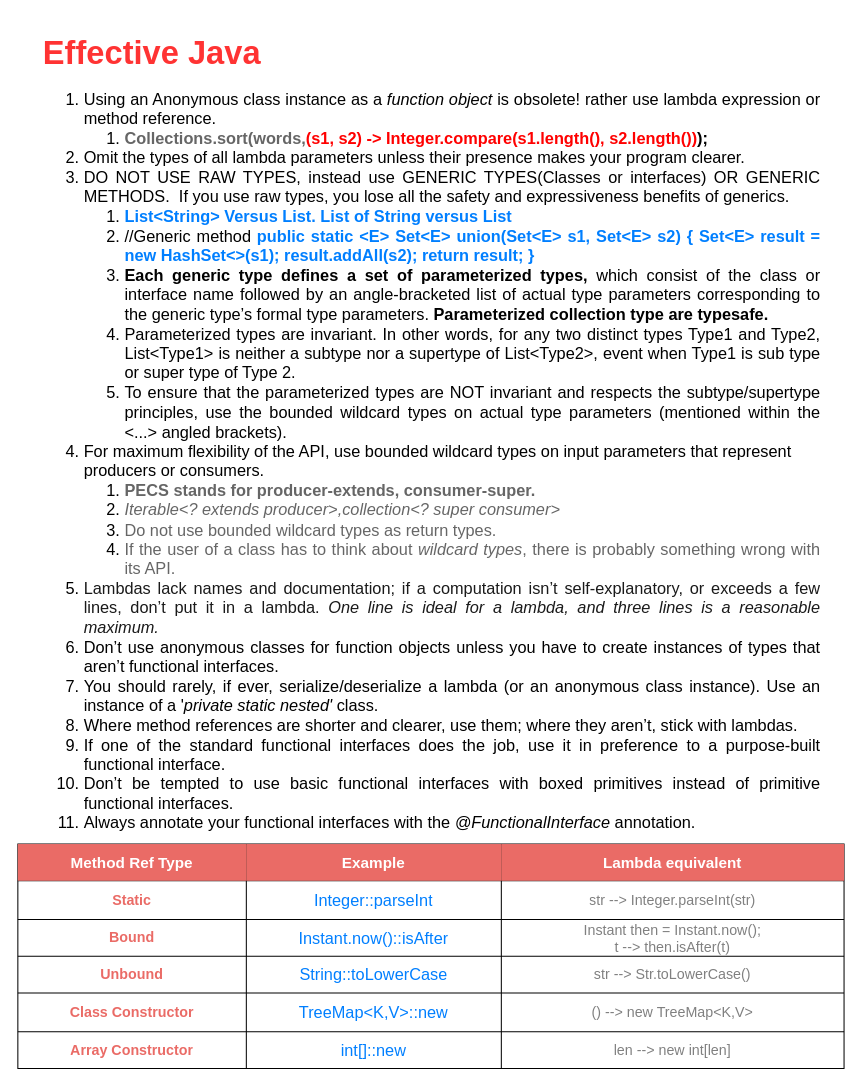
This is page "Page-7" (6 of 6) of Java Collection Framework Data Structures.drawio from gaurjain/drawio, a draw.io file, before an edit. Source tidied: cells renumbered, new cells numbered last; positions are measured from the earlier drawing's top-left corner, leaving out a move shared by most shapes. Both pictures are drawn from the tidied source at 102%, with x=0, y=0 at pixel (17, 28).
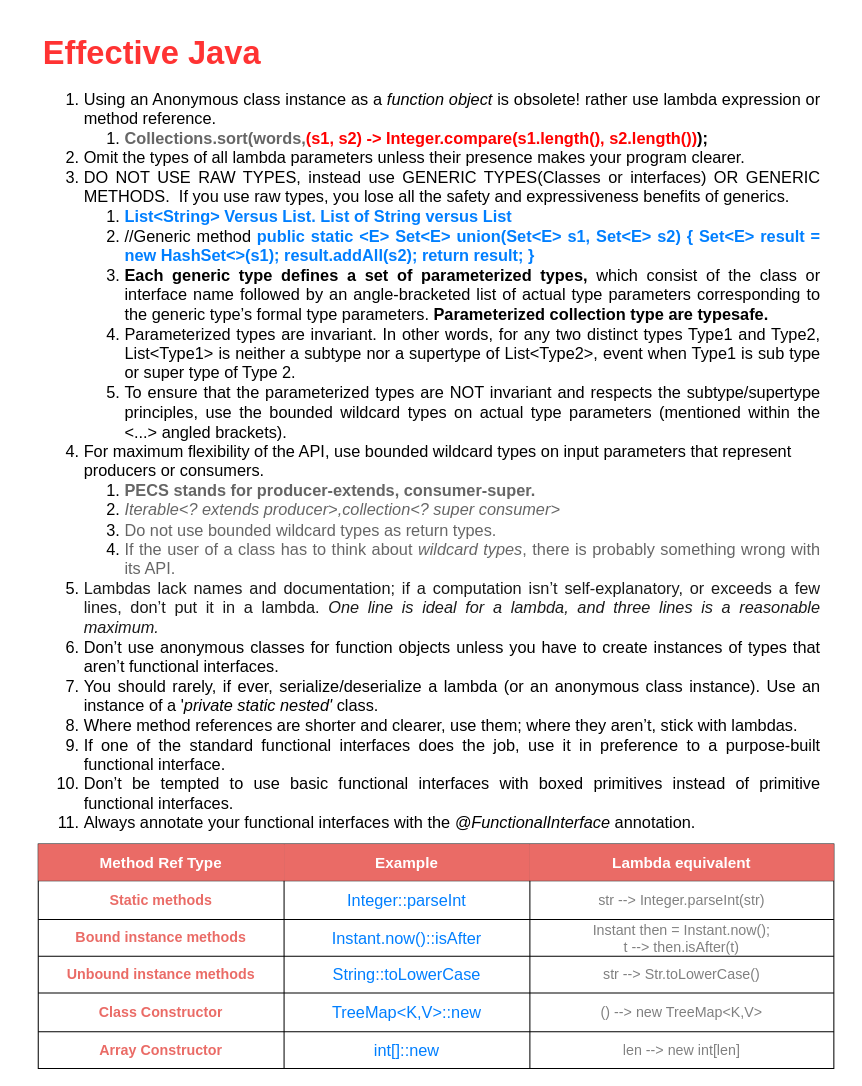
The same page after the edit.

What changed in the source:
```diff
@@
     <mxCell id="3" style="shape=table;html=1;whiteSpace=wrap;startSize=0;childLayout=tableLayout;fontSize=8;" parent="1" vertex="1">
-      <mxGeometry y="800" width="810" height="220" as="geometry" />
+      <mxGeometry x="20" y="800" width="780" height="220" as="geometry" />
     </mxCell>
     <mxCell id="4" style="shape=partialRectangle;html=1;whiteSpace=wrap;fillColor=none;top=0;left=0;bottom=0;right=0;" parent="3" vertex="1">
-      <mxGeometry width="810" height="36" as="geometry" />
+      <mxGeometry width="780" height="36" as="geometry" />
     </mxCell>
     <mxCell id="5" value="Method Ref Type" style="shape=partialRectangle;html=1;whiteSpace=wrap;overflow=hidden;top=0;left=0;bottom=0;right=0;fontSize=15;fontStyle=1;fontColor=#ffffff;strokeColor=none;fillColor=#EA6B66;" parent="4" vertex="1">
-      <mxGeometry width="224" height="36" as="geometry" />
+      <mxGeometry width="241" height="36" as="geometry" />
     </mxCell>
     <mxCell id="6" value="Example" style="shape=partialRectangle;html=1;whiteSpace=wrap;overflow=hidden;top=0;left=0;bottom=0;right=0;fontSize=15;fontStyle=1;fontColor=#ffffff;strokeColor=none;fillColor=#EA6B66;" parent="4" vertex="1">
-      <mxGeometry x="224" width="250" height="36" as="geometry" />
+      <mxGeometry x="241" width="241" height="36" as="geometry" />
     </mxCell>
     <mxCell id="7" value="Lambda equivalent" style="shape=partialRectangle;html=1;whiteSpace=wrap;overflow=hidden;top=0;left=0;bottom=0;right=0;fontSize=15;fontStyle=1;fontColor=#ffffff;strokeColor=none;fillColor=#EA6B66;" parent="4" vertex="1">
-      <mxGeometry x="474" width="336" height="36" as="geometry" />
+      <mxGeometry x="482" width="298" height="36" as="geometry" />
     </mxCell>
     <mxCell id="8" style="shape=partialRectangle;html=1;whiteSpace=wrap;fillColor=none;top=0;left=0;bottom=0;right=0;" parent="3" vertex="1">
-      <mxGeometry y="36" width="810" height="38" as="geometry" />
+      <mxGeometry y="36" width="780" height="38" as="geometry" />
     </mxCell>
-    <mxCell id="9" value="Static" style="shape=partialRectangle;html=1;whiteSpace=wrap;overflow=hidden;fillColor=none;top=0;left=0;bottom=0;right=0;fontSize=14;fontColor=#EA6B66;fontStyle=1;" parent="8" vertex="1">
-      <mxGeometry width="224" height="38" as="geometry" />
+    <mxCell id="9" value="Static methods" style="shape=partialRectangle;html=1;whiteSpace=wrap;overflow=hidden;fillColor=none;top=0;left=0;bottom=0;right=0;fontSize=14;fontColor=#EA6B66;fontStyle=1;" parent="8" vertex="1">
+      <mxGeometry width="241" height="38" as="geometry" />
     </mxCell>
     <mxCell id="10" value="Integer::parseInt" style="shape=partialRectangle;html=1;whiteSpace=wrap;overflow=hidden;fillColor=none;top=0;left=0;bottom=0;right=0;fontColor=#007FFF;fontSize=16;" parent="8" vertex="1">
-      <mxGeometry x="224" width="250" height="38" as="geometry" />
+      <mxGeometry x="241" width="241" height="38" as="geometry" />
     </mxCell>
     <mxCell id="11" value="str --&amp;gt; Integer.parseInt(str)" style="shape=partialRectangle;html=1;whiteSpace=wrap;overflow=hidden;fillColor=none;top=0;left=0;bottom=0;right=0;fontColor=#808080;fontSize=14;" parent="8" vertex="1">
-      <mxGeometry x="474" width="336" height="38" as="geometry" />
+      <mxGeometry x="482" width="298" height="38" as="geometry" />
     </mxCell>
     <mxCell id="12" style="shape=partialRectangle;html=1;whiteSpace=wrap;fillColor=none;top=0;left=0;bottom=0;right=0;" parent="3" vertex="1">
-      <mxGeometry y="74" width="810" height="36" as="geometry" />
+      <mxGeometry y="74" width="780" height="36" as="geometry" />
     </mxCell>
-    <mxCell id="13" value="Bound" style="shape=partialRectangle;html=1;whiteSpace=wrap;overflow=hidden;fillColor=none;top=0;left=0;bottom=0;right=0;fontSize=14;fontColor=#EA6B66;fontStyle=1;" parent="12" vertex="1">
-      <mxGeometry width="224" height="36" as="geometry" />
+    <mxCell id="13" value="Bound instance methods" style="shape=partialRectangle;html=1;whiteSpace=wrap;overflow=hidden;fillColor=none;top=0;left=0;bottom=0;right=0;fontSize=14;fontColor=#EA6B66;fontStyle=1;" parent="12" vertex="1">
+      <mxGeometry width="241" height="36" as="geometry" />
     </mxCell>
     <mxCell id="14" value="Instant.now()::isAfter" style="shape=partialRectangle;html=1;whiteSpace=wrap;overflow=hidden;fillColor=none;top=0;left=0;bottom=0;right=0;fontColor=#007FFF;fontSize=16;" parent="12" vertex="1">
-      <mxGeometry x="224" width="250" height="36" as="geometry" />
+      <mxGeometry x="241" width="241" height="36" as="geometry" />
     </mxCell>
     <mxCell id="15" value="Instant then = Instant.now();&lt;br style=&quot;font-size: 14px;&quot;&gt;t --&amp;gt; then.isAfter(t)" style="shape=partialRectangle;html=1;whiteSpace=wrap;overflow=hidden;fillColor=none;top=0;left=0;bottom=0;right=0;fontColor=#808080;fontSize=14;" parent="12" vertex="1">
-      <mxGeometry x="474" width="336" height="36" as="geometry" />
+      <mxGeometry x="482" width="298" height="36" as="geometry" />
     </mxCell>
     <mxCell id="16" style="shape=partialRectangle;html=1;whiteSpace=wrap;fillColor=none;top=0;left=0;bottom=0;right=0;" parent="3" vertex="1">
-      <mxGeometry y="110" width="810" height="36" as="geometry" />
+      <mxGeometry y="110" width="780" height="36" as="geometry" />
     </mxCell>
-    <mxCell id="17" value="Unbound" style="shape=partialRectangle;html=1;whiteSpace=wrap;overflow=hidden;fillColor=none;top=0;left=0;bottom=0;right=0;fontSize=14;fontColor=#EA6B66;fontStyle=1;" parent="16" vertex="1">
-      <mxGeometry width="224" height="36" as="geometry" />
+    <mxCell id="17" value="Unbound instance methods" style="shape=partialRectangle;html=1;whiteSpace=wrap;overflow=hidden;fillColor=none;top=0;left=0;bottom=0;right=0;fontSize=14;fontColor=#EA6B66;fontStyle=1;" parent="16" vertex="1">
+      <mxGeometry width="241" height="36" as="geometry" />
     </mxCell>
     <mxCell id="18" value="String::toLowerCase" style="shape=partialRectangle;html=1;whiteSpace=wrap;overflow=hidden;fillColor=none;top=0;left=0;bottom=0;right=0;fontColor=#007FFF;fontSize=16;" parent="16" vertex="1">
-      <mxGeometry x="224" width="250" height="36" as="geometry" />
+      <mxGeometry x="241" width="241" height="36" as="geometry" />
     </mxCell>
     <mxCell id="19" value="str --&amp;gt; Str.toLowerCase()" style="shape=partialRectangle;html=1;whiteSpace=wrap;overflow=hidden;fillColor=none;top=0;left=0;bottom=0;right=0;fontColor=#808080;fontSize=14;" parent="16" vertex="1">
-      <mxGeometry x="474" width="336" height="36" as="geometry" />
+      <mxGeometry x="482" width="298" height="36" as="geometry" />
     </mxCell>
     <mxCell id="20" style="shape=partialRectangle;html=1;whiteSpace=wrap;fillColor=none;top=0;left=0;bottom=0;right=0;" parent="3" vertex="1">
-      <mxGeometry y="146" width="810" height="38" as="geometry" />
+      <mxGeometry y="146" width="780" height="38" as="geometry" />
     </mxCell>
     <mxCell id="21" value="Class Constructor" style="shape=partialRectangle;html=1;whiteSpace=wrap;overflow=hidden;fillColor=none;top=0;left=0;bottom=0;right=0;fontSize=14;fontColor=#EA6B66;fontStyle=1;" parent="20" vertex="1">
-      <mxGeometry width="224" height="38" as="geometry" />
+      <mxGeometry width="241" height="38" as="geometry" />
     </mxCell>
     <mxCell id="22" value="TreeMap&amp;lt;K,V&amp;gt;::new" style="shape=partialRectangle;html=1;whiteSpace=wrap;overflow=hidden;fillColor=none;top=0;left=0;bottom=0;right=0;fontColor=#007FFF;fontSize=16;" parent="20" vertex="1">
-      <mxGeometry x="224" width="250" height="38" as="geometry" />
+      <mxGeometry x="241" width="241" height="38" as="geometry" />
     </mxCell>
     <mxCell id="23" value="() --&amp;gt; new TreeMap&amp;lt;K,V&amp;gt;" style="shape=partialRectangle;html=1;whiteSpace=wrap;overflow=hidden;fillColor=none;top=0;left=0;bottom=0;right=0;fontColor=#808080;fontSize=14;" parent="20" vertex="1">
-      <mxGeometry x="474" width="336" height="38" as="geometry" />
+      <mxGeometry x="482" width="298" height="38" as="geometry" />
     </mxCell>
     <mxCell id="24" style="shape=partialRectangle;html=1;whiteSpace=wrap;fillColor=none;top=0;left=0;bottom=0;right=0;" parent="3" vertex="1">
-      <mxGeometry y="184" width="810" height="36" as="geometry" />
+      <mxGeometry y="184" width="780" height="36" as="geometry" />
     </mxCell>
     <mxCell id="25" value="Array Constructor" style="shape=partialRectangle;html=1;whiteSpace=wrap;overflow=hidden;fillColor=none;top=0;left=0;bottom=0;right=0;fontSize=14;fontColor=#EA6B66;fontStyle=1;" parent="24" vertex="1">
-      <mxGeometry width="224" height="36" as="geometry" />
+      <mxGeometry width="241" height="36" as="geometry" />
     </mxCell>
     <mxCell id="26" value="int[]::new" style="shape=partialRectangle;html=1;whiteSpace=wrap;overflow=hidden;fillColor=none;top=0;left=0;bottom=0;right=0;fontColor=#007FFF;fontSize=16;" parent="24" vertex="1">
-      <mxGeometry x="224" width="250" height="36" as="geometry" />
+      <mxGeometry x="241" width="241" height="36" as="geometry" />
     </mxCell>
     <mxCell id="27" value="len --&amp;gt; new int[len]" style="shape=partialRectangle;html=1;whiteSpace=wrap;overflow=hidden;fillColor=none;top=0;left=0;bottom=0;right=0;fontColor=#808080;fontSize=14;" parent="24" vertex="1">
-      <mxGeometry x="474" width="336" height="36" as="geometry" />
+      <mxGeometry x="482" width="298" height="36" as="geometry" />
     </mxCell>
```
